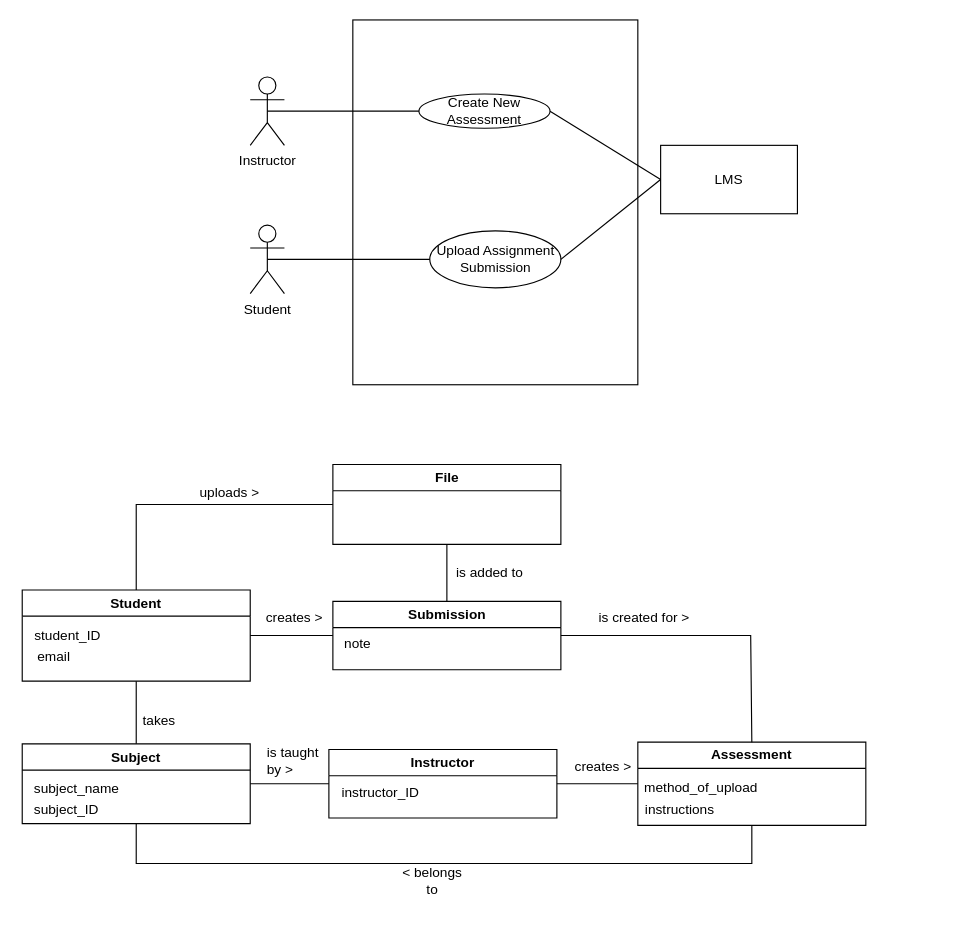
Above: page "Page-1" (1 of 2) of domain_model_Workshop_2.drawio in antonykimuom/SWEN30006-2025-SM1-workshop1-tuew05-14-00-team-12 (draw.io), before the change. Source tidied: cells renumbered, new cells numbered last; positions are measured from the earlier drawing's top-left corner, leaving out a move shared by most shapes. Both pictures are drawn from the tidied source at 114%, with x=0, y=0 at pixel (19, 19).
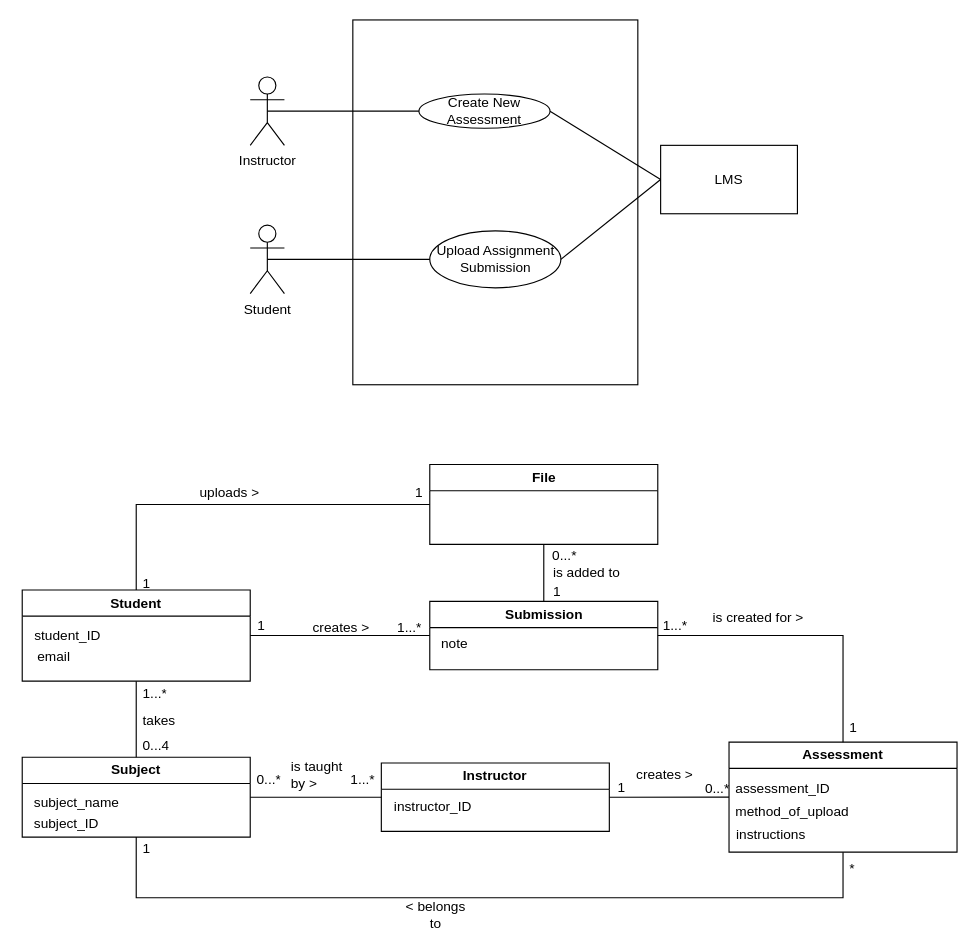
The same diagram, later.

What changed in the source:
```diff
@@
     <mxCell id="15" value="Instructor" style="swimlane;whiteSpace=wrap;html=1;" parent="1" vertex="1">
-      <mxGeometry x="271" y="640" width="200" height="60" as="geometry" />
+      <mxGeometry x="317" y="651.8" width="200" height="60" as="geometry" />
     </mxCell>
@@
     <mxCell id="17" value="Assessment" style="swimlane;whiteSpace=wrap;html=1;" parent="1" vertex="1">
-      <mxGeometry x="542" y="633.5" width="200" height="73" as="geometry" />
+      <mxGeometry x="622" y="633.5" width="200" height="96.5" as="geometry" />
     </mxCell>
     <mxCell id="18" value="method_of_upload" style="text;strokeColor=none;fillColor=none;align=left;verticalAlign=middle;spacingLeft=4;spacingRight=4;overflow=hidden;whiteSpace=wrap;html=1;" parent="17" vertex="1">
-      <mxGeometry y="25" width="110" height="30" as="geometry" />
+      <mxGeometry y="46.5" width="110" height="30" as="geometry" />
     </mxCell>
     <mxCell id="19" value="instructions" style="text;html=1;align=center;verticalAlign=middle;whiteSpace=wrap;rounded=0;" parent="17" vertex="1">
-      <mxGeometry x="7" y="44" width="60" height="30" as="geometry" />
+      <mxGeometry x="7" y="66.5" width="60" height="30" as="geometry" />
     </mxCell>
+    <mxCell id="42" value="assessment_ID" style="text;strokeColor=none;fillColor=none;align=left;verticalAlign=middle;spacingLeft=4;spacingRight=4;overflow=hidden;whiteSpace=wrap;html=1;" parent="17" vertex="1">
+      <mxGeometry y="26.5" width="100" height="30" as="geometry" />
+    </mxCell>
     <mxCell id="20" value="Submission" style="swimlane;whiteSpace=wrap;html=1;" parent="1" vertex="1">
-      <mxGeometry x="274.5" y="510" width="200" height="60" as="geometry" />
+      <mxGeometry x="359.5" y="510" width="200" height="60" as="geometry" />
     </mxCell>
@@
     <mxCell id="22" value="File" style="swimlane;whiteSpace=wrap;html=1;" parent="1" vertex="1">
-      <mxGeometry x="274.5" y="390" width="200" height="70" as="geometry" />
+      <mxGeometry x="359.5" y="390" width="200" height="70" as="geometry" />
     </mxCell>
+    <mxCell id="43" value="1" style="text;strokeColor=none;fillColor=none;align=left;verticalAlign=middle;spacingLeft=4;spacingRight=4;overflow=hidden;whiteSpace=wrap;html=1;" parent="22" vertex="1">
+      <mxGeometry x="-19" y="10" width="80" height="30" as="geometry" />
+    </mxCell>
     <mxCell id="23" value="Subject" style="swimlane;whiteSpace=wrap;html=1;" parent="1" vertex="1">
-      <mxGeometry x="2" y="635" width="200" height="70" as="geometry" />
+      <mxGeometry x="2" y="646.8" width="200" height="70" as="geometry" />
     </mxCell>
@@
-    <mxCell id="26" style="endArrow=none;html=1;rounded=0;fontSize=12;startSize=8;endSize=8;curved=1;entryX=0;entryY=0.5;entryDx=0;entryDy=0;" parent="1" edge="1" target="17">
-      <mxGeometry relative="1" as="geometry">
-        <mxPoint x="471" y="670" as="sourcePoint" />
-      </mxGeometry>
+    <mxCell id="26" style="endArrow=none;html=1;rounded=0;fontSize=12;startSize=8;endSize=8;curved=1;entryX=0;entryY=0.5;entryDx=0;entryDy=0;exitX=1;exitY=0.5;exitDx=0;exitDy=0;" parent="1" edge="1" source="15" target="17">
+      <mxGeometry relative="1" as="geometry" />
     </mxCell>
     <mxCell id="27" value="creates &amp;gt;" style="text;strokeColor=none;fillColor=none;align=left;verticalAlign=middle;spacingLeft=4;spacingRight=4;overflow=hidden;whiteSpace=wrap;html=1;" parent="1" vertex="1">
-      <mxGeometry x="481" y="640" width="80" height="30" as="geometry" />
+      <mxGeometry x="535" y="646.8" width="80" height="30" as="geometry" />
     </mxCell>
@@
     <mxCell id="29" value="is taught by &amp;gt;" style="text;strokeColor=none;fillColor=none;align=left;verticalAlign=middle;spacingLeft=4;spacingRight=4;overflow=hidden;whiteSpace=wrap;html=1;" parent="1" vertex="1">
-      <mxGeometry x="211" y="630" width="60" height="40" as="geometry" />
+      <mxGeometry x="232" y="641.8" width="60" height="40" as="geometry" />
     </mxCell>
@@
     <mxCell id="35" style="endArrow=none;html=1;rounded=0;entryX=1;entryY=0.5;entryDx=0;entryDy=0;exitX=0.5;exitY=0;exitDx=0;exitDy=0;" parent="1" edge="1" source="17" target="20">
       <mxGeometry relative="1" as="geometry">
         <Array as="points">
-          <mxPoint x="641" y="540" />
+          <mxPoint x="722" y="540" />
         </Array>
       </mxGeometry>
     </mxCell>
     <mxCell id="36" style="endArrow=none;html=1;rounded=0;exitX=0.5;exitY=1;exitDx=0;exitDy=0;entryX=0.5;entryY=1;entryDx=0;entryDy=0;" parent="1" edge="1" source="23" target="17">
       <mxGeometry relative="1" as="geometry">
         <Array as="points">
-          <mxPoint x="102" y="740" />
-          <mxPoint x="372" y="740" />
-          <mxPoint x="642" y="740" />
+          <mxPoint x="102" y="770" />
+          <mxPoint x="374.5" y="770" />
+          <mxPoint x="722" y="770" />
         </Array>
       </mxGeometry>
     </mxCell>
@@
     <mxCell id="38" value="&amp;lt; belongs to" style="text;html=1;align=center;verticalAlign=middle;whiteSpace=wrap;rounded=0;" parent="1" vertex="1">
-      <mxGeometry x="332" y="740" width="60" height="30" as="geometry" />
+      <mxGeometry x="334.5" y="770" width="60" height="30" as="geometry" />
     </mxCell>
     <mxCell id="39" value="is created for &amp;gt;" style="text;strokeColor=none;fillColor=none;align=left;verticalAlign=middle;spacingLeft=4;spacingRight=4;overflow=hidden;whiteSpace=wrap;html=1;" parent="1" vertex="1">
-      <mxGeometry x="502" y="510" width="101" height="30" as="geometry" />
+      <mxGeometry x="602" y="510" width="101" height="30" as="geometry" />
     </mxCell>
     <mxCell id="40" value="creates &amp;gt;" style="text;html=1;align=center;verticalAlign=middle;whiteSpace=wrap;rounded=0;" parent="1" vertex="1">
-      <mxGeometry x="211" y="510" width="60" height="30" as="geometry" />
+      <mxGeometry x="252" y="518" width="60" height="30" as="geometry" />
     </mxCell>
     <mxCell id="41" value="is added to" style="text;strokeColor=none;fillColor=none;align=left;verticalAlign=middle;spacingLeft=4;spacingRight=4;overflow=hidden;whiteSpace=wrap;html=1;" parent="1" vertex="1">
-      <mxGeometry x="377" y="470" width="80" height="30" as="geometry" />
+      <mxGeometry x="462" y="470" width="80" height="30" as="geometry" />
     </mxCell>
+    <mxCell id="44" value="*" style="text;strokeColor=none;fillColor=none;align=left;verticalAlign=middle;spacingLeft=4;spacingRight=4;overflow=hidden;whiteSpace=wrap;html=1;" parent="1" vertex="1">
+      <mxGeometry x="722" y="730" width="80" height="30" as="geometry" />
+    </mxCell>
+    <mxCell id="45" value="1" style="text;strokeColor=none;fillColor=none;align=left;verticalAlign=middle;spacingLeft=4;spacingRight=4;overflow=hidden;whiteSpace=wrap;html=1;" parent="1" vertex="1">
+      <mxGeometry x="102" y="711.8" width="80" height="30" as="geometry" />
+    </mxCell>
+    <mxCell id="46" value="0...*" style="text;strokeColor=none;fillColor=none;align=left;verticalAlign=middle;spacingLeft=4;spacingRight=4;overflow=hidden;whiteSpace=wrap;html=1;" parent="1" vertex="1">
+      <mxGeometry x="202" y="651.8" width="80" height="30" as="geometry" />
+    </mxCell>
+    <mxCell id="47" value="1...*" style="text;html=1;align=center;verticalAlign=middle;whiteSpace=wrap;rounded=0;" parent="1" vertex="1">
+      <mxGeometry x="271" y="651.8" width="60" height="30" as="geometry" />
+    </mxCell>
+    <mxCell id="48" value="0...4" style="text;strokeColor=none;fillColor=none;align=left;verticalAlign=middle;spacingLeft=4;spacingRight=4;overflow=hidden;whiteSpace=wrap;html=1;" parent="1" vertex="1">
+      <mxGeometry x="102" y="621.8" width="80" height="30" as="geometry" />
+    </mxCell>
+    <mxCell id="49" value="1...*" style="text;strokeColor=none;fillColor=none;align=left;verticalAlign=middle;spacingLeft=4;spacingRight=4;overflow=hidden;whiteSpace=wrap;html=1;" parent="1" vertex="1">
+      <mxGeometry x="102" y="576" width="80" height="30" as="geometry" />
+    </mxCell>
+    <mxCell id="50" value="1" style="text;strokeColor=none;fillColor=none;align=left;verticalAlign=middle;spacingLeft=4;spacingRight=4;overflow=hidden;whiteSpace=wrap;html=1;" parent="1" vertex="1">
+      <mxGeometry x="722" y="606" width="80" height="30" as="geometry" />
+    </mxCell>
+    <mxCell id="51" value="1...*" style="text;html=1;align=center;verticalAlign=middle;whiteSpace=wrap;rounded=0;" parent="1" vertex="1">
+      <mxGeometry x="545" y="517" width="60" height="30" as="geometry" />
+    </mxCell>
+    <mxCell id="52" value="1" style="text;strokeColor=none;fillColor=none;align=left;verticalAlign=middle;spacingLeft=4;spacingRight=4;overflow=hidden;whiteSpace=wrap;html=1;" parent="1" vertex="1">
+      <mxGeometry x="102" y="480" width="80" height="30" as="geometry" />
+    </mxCell>
+    <mxCell id="53" value="1...*" style="text;html=1;align=center;verticalAlign=middle;whiteSpace=wrap;rounded=0;" parent="1" vertex="1">
+      <mxGeometry x="312" y="518" width="60" height="30" as="geometry" />
+    </mxCell>
+    <mxCell id="54" value="1" style="text;html=1;align=center;verticalAlign=middle;whiteSpace=wrap;rounded=0;" parent="1" vertex="1">
+      <mxGeometry x="182" y="517" width="60" height="30" as="geometry" />
+    </mxCell>
+    <mxCell id="55" value="0...*" style="text;html=1;align=center;verticalAlign=middle;whiteSpace=wrap;rounded=0;" parent="1" vertex="1">
+      <mxGeometry x="582" y="660" width="60" height="30" as="geometry" />
+    </mxCell>
+    <mxCell id="56" value="1" style="text;html=1;align=center;verticalAlign=middle;whiteSpace=wrap;rounded=0;" parent="1" vertex="1">
+      <mxGeometry x="497.5" y="659" width="60" height="30" as="geometry" />
+    </mxCell>
+    <mxCell id="57" value="1" style="text;strokeColor=none;fillColor=none;align=left;verticalAlign=middle;spacingLeft=4;spacingRight=4;overflow=hidden;whiteSpace=wrap;html=1;" parent="1" vertex="1">
+      <mxGeometry x="462" y="487" width="80" height="30" as="geometry" />
+    </mxCell>
+    <mxCell id="58" value="0...*" style="text;html=1;align=center;verticalAlign=middle;whiteSpace=wrap;rounded=0;" parent="1" vertex="1">
+      <mxGeometry x="448" y="455" width="60" height="30" as="geometry" />
+    </mxCell>
```
